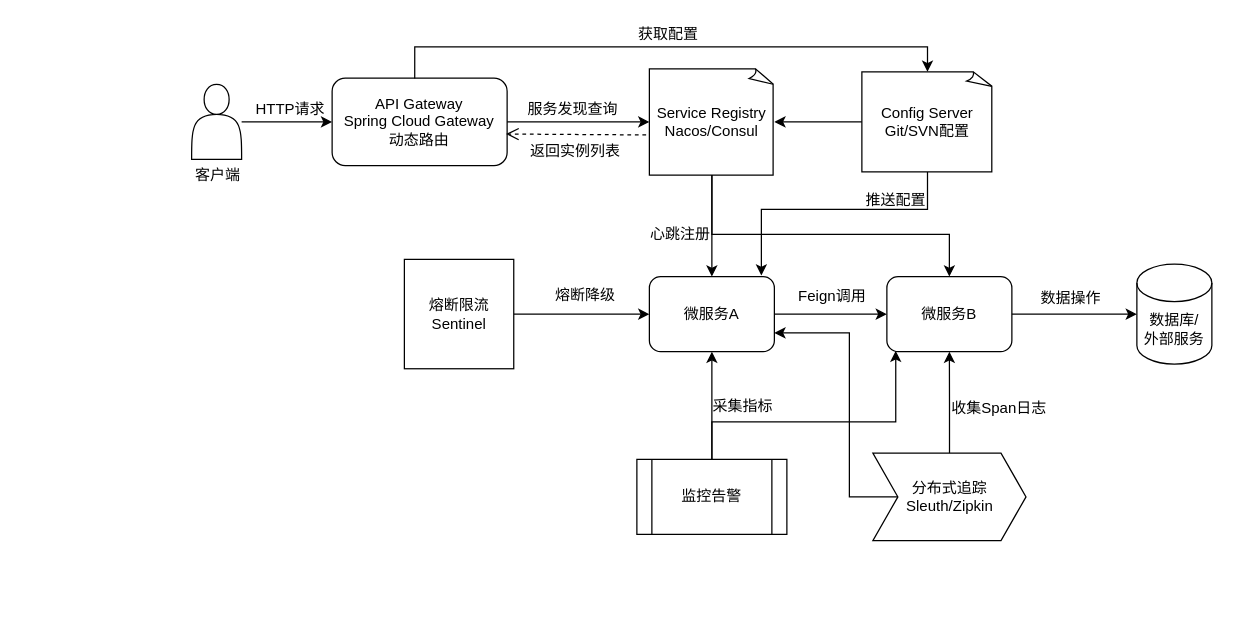
Before: achitecture_diagram/SpringCloud全链路调用架构.drawio in abigalexy/online_drawing, a draw.io diagram. Source tidied: cells renumbered, new cells numbered last; positions are measured from the earlier drawing's top-left corner, leaving out a move shared by most shapes. Both pictures are drawn from the tidied source at 125%, with x=0, y=0 at pixel (191, 21).
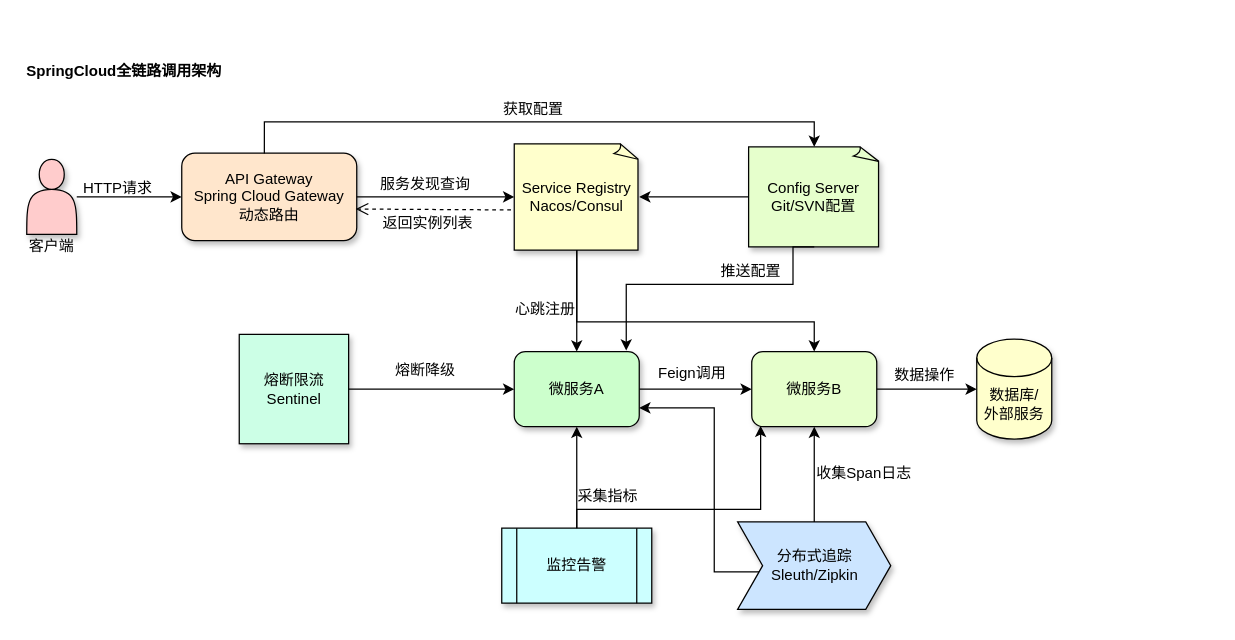
After the change.

Commit message (it also covers changes not shown here):
更新SpringCloud全链路调用架构.drawio

What changed in the source:
```diff
@@
+    <mxCell id="39" style="group;" parent="1" vertex="1">
+      <mxGeometry x="-134" y="30" width="821.9" height="440" as="geometry" />
+    </mxCell>
+    <mxCell id="40" style="group;" parent="39" vertex="1">
+      <mxGeometry y="30" width="821.9" height="410" as="geometry" />
+    </mxCell>
-    <mxCell id="2" style="edgeStyle=orthogonalEdgeStyle;rounded=0;jettySize=auto;html=1;entryX=0;entryY=0.5;entryDx=0;entryDy=0;" parent="1" edge="1" source="3" target="5">
+    <mxCell id="2" style="edgeStyle=orthogonalEdgeStyle;rounded=0;jettySize=auto;html=1;entryX=0;entryY=0.5;entryDx=0;entryDy=0;" parent="40" edge="1" source="3" target="5">
       <mxGeometry relative="1" as="geometry" />
     </mxCell>
-    <mxCell id="3" style="shape=actor;whiteSpace=wrap;html=1;" parent="1" vertex="1">
-      <mxGeometry x="-0.2" y="50" width="40" height="60" as="geometry" />
+    <mxCell id="3" style="shape=actor;whiteSpace=wrap;html=1;fillColor=#FFCCCC;shadow=1;" parent="40" vertex="1">
+      <mxGeometry x="1.9" y="50" width="40" height="60" as="geometry" />
     </mxCell>
-    <mxCell id="4" value="客户端" style="text;strokeColor=none;align=center;fillColor=none;html=1;verticalAlign=middle;whiteSpace=wrap;rounded=0;" parent="1" vertex="1">
-      <mxGeometry x="2.2" y="112.5" width="37.5" height="20" as="geometry" />
+    <mxCell id="4" value="客户端" style="text;strokeColor=none;align=center;fillColor=none;html=1;verticalAlign=middle;whiteSpace=wrap;rounded=0;" parent="40" vertex="1">
+      <mxGeometry y="110" width="43.8" height="20" as="geometry" />
     </mxCell>
-    <mxCell id="5" value="API Gateway&lt;br&gt;Spring Cloud&amp;nbsp;Gateway&lt;br&gt;动态路由" style="rounded=1;whiteSpace=wrap;html=1;" parent="1" vertex="1">
-      <mxGeometry x="112.2" y="45" width="140" height="70" as="geometry" />
+    <mxCell id="5" value="API Gateway&lt;br&gt;Spring Cloud&amp;nbsp;Gateway&lt;br&gt;动态路由" style="rounded=1;whiteSpace=wrap;html=1;fillColor=#FFE6CC;shadow=1;" parent="40" vertex="1">
+      <mxGeometry x="125.9" y="45" width="140" height="70" as="geometry" />
     </mxCell>
-    <mxCell id="6" style="edgeStyle=orthogonalEdgeStyle;rounded=0;jettySize=auto;html=1;entryX=0.5;entryY=0;entryDx=0;entryDy=0;" parent="1" edge="1" source="8" target="10">
+    <mxCell id="6" style="edgeStyle=orthogonalEdgeStyle;rounded=0;jettySize=auto;html=1;entryX=0.5;entryY=0;entryDx=0;entryDy=0;" parent="40" edge="1" source="8" target="10">
       <mxGeometry relative="1" as="geometry" />
     </mxCell>
-    <mxCell id="7" style="edgeStyle=orthogonalEdgeStyle;rounded=0;jettySize=auto;html=1;entryX=0.5;entryY=0;entryDx=0;entryDy=0;" parent="1" edge="1" source="8" target="14">
+    <mxCell id="7" style="edgeStyle=orthogonalEdgeStyle;rounded=0;jettySize=auto;html=1;entryX=0.5;entryY=0;entryDx=0;entryDy=0;" parent="40" edge="1" source="8" target="14">
       <mxGeometry relative="1" as="geometry">
         <Array as="points">
-          <mxPoint x="416" y="170" />
-          <mxPoint x="606" y="170" />
+          <mxPoint x="441.9" y="180" />
+          <mxPoint x="631.9" y="180" />
         </Array>
       </mxGeometry>
     </mxCell>
-    <mxCell id="8" value="Service Registry&lt;div&gt;Nacos/Consul&lt;br&gt;&lt;/div&gt;" style="whiteSpace=wrap;html=1;shape=mxgraph.basic.document;" parent="1" vertex="1">
-      <mxGeometry x="366" y="37.5" width="100" height="85" as="geometry" />
+    <mxCell id="8" value="Service Registry&lt;div&gt;Nacos/Consul&lt;br&gt;&lt;/div&gt;" style="whiteSpace=wrap;html=1;shape=mxgraph.basic.document;fillColor=#FFFFCC;shadow=1;" parent="40" vertex="1">
+      <mxGeometry x="391.9" y="37.5" width="100" height="85" as="geometry" />
     </mxCell>
-    <mxCell id="9" style="edgeStyle=orthogonalEdgeStyle;rounded=0;jettySize=auto;html=1;entryX=0;entryY=0.5;entryDx=0;entryDy=0;" parent="1" edge="1" source="10" target="14">
+    <mxCell id="9" style="edgeStyle=orthogonalEdgeStyle;rounded=0;jettySize=auto;html=1;entryX=0;entryY=0.5;entryDx=0;entryDy=0;" parent="40" edge="1" source="10" target="14">
       <mxGeometry relative="1" as="geometry" />
     </mxCell>
-    <mxCell id="10" value="微服务A" style="rounded=1;whiteSpace=wrap;html=1;" parent="1" vertex="1">
-      <mxGeometry x="366" y="203.8" width="100" height="60" as="geometry" />
+    <mxCell id="10" value="微服务A" style="rounded=1;whiteSpace=wrap;html=1;fillColor=#CCFFCC;shadow=1;" parent="40" vertex="1">
+      <mxGeometry x="391.9" y="203.8" width="100" height="60" as="geometry" />
     </mxCell>
-    <mxCell id="11" style="edgeStyle=orthogonalEdgeStyle;rounded=0;jettySize=auto;html=1;entryX=0;entryY=0.5;entryDx=0;entryDy=0;entryPerimeter=0;" parent="1" edge="1" source="5" target="8">
+    <mxCell id="11" style="edgeStyle=orthogonalEdgeStyle;rounded=0;jettySize=auto;html=1;entryX=0;entryY=0.5;entryDx=0;entryDy=0;entryPerimeter=0;" parent="40" edge="1" source="5" target="8">
       <mxGeometry relative="1" as="geometry" />
     </mxCell>
-    <mxCell id="12" style="edgeStyle=orthogonalEdgeStyle;rounded=0;jettySize=auto;html=1;entryX=0;entryY=0.5;entryDx=0;entryDy=0;" parent="1" edge="1" source="13" target="10">
+    <mxCell id="12" style="edgeStyle=orthogonalEdgeStyle;rounded=0;jettySize=auto;html=1;entryX=0;entryY=0.5;entryDx=0;entryDy=0;" parent="40" edge="1" source="13" target="10">
       <mxGeometry relative="1" as="geometry" />
     </mxCell>
-    <mxCell id="13" value="&lt;div&gt;&lt;span style=&quot;background-color: transparent;&quot;&gt;熔断限流&lt;br&gt;&lt;/span&gt;Sentinel&lt;br&gt;&lt;/div&gt;" style="whiteSpace=wrap;html=1;" parent="1" vertex="1">
-      <mxGeometry x="170" y="190" width="87.5" height="87.5" as="geometry" />
+    <mxCell id="13" value="&lt;div&gt;&lt;span style=&quot;background-color: transparent;&quot;&gt;熔断限流&lt;br&gt;&lt;/span&gt;Sentinel&lt;br&gt;&lt;/div&gt;" style="whiteSpace=wrap;html=1;fillColor=#CCFFE6;shadow=1;" parent="40" vertex="1">
+      <mxGeometry x="171.9" y="190" width="87.5" height="87.5" as="geometry" />
     </mxCell>
-    <mxCell id="14" value="微服务B" style="rounded=1;whiteSpace=wrap;html=1;" parent="1" vertex="1">
-      <mxGeometry x="556" y="203.8" width="100" height="60" as="geometry" />
+    <mxCell id="14" value="微服务B" style="rounded=1;whiteSpace=wrap;html=1;fillColor=#E6FFCC;shadow=1;" parent="40" vertex="1">
+      <mxGeometry x="581.9" y="203.8" width="100" height="60" as="geometry" />
     </mxCell>
-    <mxCell id="15" value="熔断降级" style="text;strokeColor=none;align=center;fillColor=none;html=1;verticalAlign=middle;whiteSpace=wrap;rounded=0;" parent="1" vertex="1">
-      <mxGeometry x="289.8" y="207.5" width="50" height="22.5" as="geometry" />
+    <mxCell id="15" value="熔断降级" style="text;strokeColor=none;align=center;fillColor=none;html=1;verticalAlign=middle;whiteSpace=wrap;rounded=0;" parent="40" vertex="1">
+      <mxGeometry x="295.6" y="207.5" width="50" height="22.5" as="geometry" />
     </mxCell>
-    <mxCell id="16" style="edgeStyle=orthogonalEdgeStyle;rounded=0;jettySize=auto;html=1;entryX=0.5;entryY=1;entryDx=0;entryDy=0;" parent="1" edge="1" source="18" target="14">
+    <mxCell id="16" style="edgeStyle=orthogonalEdgeStyle;rounded=0;jettySize=auto;html=1;entryX=0.5;entryY=1;entryDx=0;entryDy=0;" parent="40" edge="1" source="18" target="14">
       <mxGeometry relative="1" as="geometry" />
     </mxCell>
-    <mxCell id="17" style="edgeStyle=orthogonalEdgeStyle;rounded=0;jettySize=auto;html=1;entryX=1;entryY=0.75;entryDx=0;entryDy=0;" parent="1" edge="1" source="18" target="10">
+    <mxCell id="17" style="edgeStyle=orthogonalEdgeStyle;rounded=0;jettySize=auto;html=1;entryX=1;entryY=0.75;entryDx=0;entryDy=0;" parent="40" edge="1" source="18" target="10">
       <mxGeometry relative="1" as="geometry">
         <Array as="points">
-          <mxPoint x="526" y="380" />
-          <mxPoint x="526" y="249" />
+          <mxPoint x="551.9" y="380" />
+          <mxPoint x="551.9" y="249" />
         </Array>
       </mxGeometry>
     </mxCell>
-    <mxCell id="18" value="分布式追踪&lt;br&gt;Sleuth/Zipkin" style="shape=step;perimeter=stepPerimeter;whiteSpace=wrap;html=1;fixedSize=1;direction=east;" parent="1" vertex="1">
-      <mxGeometry x="544.8" y="345" width="122.5" height="70" as="geometry" />
+    <mxCell id="18" value="分布式追踪&lt;br&gt;Sleuth/Zipkin" style="shape=step;perimeter=stepPerimeter;whiteSpace=wrap;html=1;fixedSize=1;direction=east;fillColor=#CCE5FF;shadow=1;" parent="40" vertex="1">
+      <mxGeometry x="570.6" y="340" width="122.5" height="70" as="geometry" />
     </mxCell>
-    <mxCell id="19" value="Config Server&lt;br&gt;Git/SVN&lt;span style=&quot;background-color: transparent;&quot;&gt;配置&lt;/span&gt;" style="whiteSpace=wrap;html=1;shape=mxgraph.basic.document;" parent="1" vertex="1">
-      <mxGeometry x="536" y="40" width="105" height="80" as="geometry" />
+    <mxCell id="19" value="Config Server&lt;br&gt;Git/SVN&lt;span style=&quot;background-color: transparent;&quot;&gt;配置&lt;/span&gt;" style="whiteSpace=wrap;html=1;shape=mxgraph.basic.document;fillColor=#E6FFCC;shadow=1;" parent="40" vertex="1">
+      <mxGeometry x="579.4" y="40" width="105" height="80" as="geometry" />
     </mxCell>
-    <mxCell id="20" style="edgeStyle=orthogonalEdgeStyle;rounded=0;jettySize=auto;html=1;entryX=1;entryY=0.5;entryDx=0;entryDy=0;entryPerimeter=0;" parent="1" edge="1" source="19" target="8">
+    <mxCell id="20" style="edgeStyle=orthogonalEdgeStyle;rounded=0;jettySize=auto;html=1;entryX=1;entryY=0.5;entryDx=0;entryDy=0;entryPerimeter=0;" parent="40" edge="1" source="19" target="8">
       <mxGeometry relative="1" as="geometry" />
     </mxCell>
-    <mxCell id="21" value="推送配置" style="text;strokeColor=none;align=center;fillColor=none;html=1;verticalAlign=middle;whiteSpace=wrap;rounded=0;" parent="1" vertex="1">
-      <mxGeometry x="536" y="132.5" width="55" height="20" as="geometry" />
+    <mxCell id="21" value="推送配置" style="text;strokeColor=none;align=center;fillColor=none;html=1;verticalAlign=middle;whiteSpace=wrap;rounded=0;" parent="40" vertex="1">
+      <mxGeometry x="553.9" y="130" width="55" height="20" as="geometry" />
     </mxCell>
-    <mxCell id="22" value="收集Span日志" style="text;strokeColor=none;align=center;fillColor=none;html=1;verticalAlign=middle;whiteSpace=wrap;rounded=0;" parent="1" vertex="1">
-      <mxGeometry x="606" y="300" width="80" height="17.5" as="geometry" />
+    <mxCell id="22" value="收集Span日志" style="text;strokeColor=none;align=center;fillColor=none;html=1;verticalAlign=middle;whiteSpace=wrap;rounded=0;" parent="40" vertex="1">
+      <mxGeometry x="631.9" y="292.5" width="80" height="17.5" as="geometry" />
     </mxCell>
-    <mxCell id="23" value="数据库/&lt;br&gt;外部服务" style="shape=cylinder3;whiteSpace=wrap;html=1;boundedLbl=1;backgroundOutline=1;size=15;" parent="1" vertex="1">
-      <mxGeometry x="756" y="193.8" width="60" height="80" as="geometry" />
+    <mxCell id="23" value="数据库/&lt;br&gt;外部服务" style="shape=cylinder3;whiteSpace=wrap;html=1;boundedLbl=1;backgroundOutline=1;size=15;fillColor=#FFFFCC;shadow=1;" parent="40" vertex="1">
+      <mxGeometry x="761.9" y="193.8" width="60" height="80" as="geometry" />
     </mxCell>
-    <mxCell id="24" style="edgeStyle=orthogonalEdgeStyle;rounded=0;jettySize=auto;html=1;entryX=0;entryY=0.5;entryDx=0;entryDy=0;entryPerimeter=0;" parent="1" edge="1" source="14" target="23">
+    <mxCell id="24" style="edgeStyle=orthogonalEdgeStyle;rounded=0;jettySize=auto;html=1;entryX=0;entryY=0.5;entryDx=0;entryDy=0;entryPerimeter=0;" parent="40" edge="1" source="14" target="23">
       <mxGeometry relative="1" as="geometry" />
     </mxCell>
-    <mxCell id="25" style="edgeStyle=orthogonalEdgeStyle;rounded=0;jettySize=auto;html=1;entryX=0.5;entryY=1;entryDx=0;entryDy=0;" parent="1" edge="1" source="26" target="10">
+    <mxCell id="25" style="edgeStyle=orthogonalEdgeStyle;rounded=0;jettySize=auto;html=1;entryX=0.5;entryY=1;entryDx=0;entryDy=0;" parent="40" edge="1" source="26" target="10">
       <mxGeometry relative="1" as="geometry" />
     </mxCell>
-    <mxCell id="26" value="监控告警" style="shape=process;whiteSpace=wrap;html=1;backgroundOutline=1;" parent="1" vertex="1">
-      <mxGeometry x="356" y="350" width="120" height="60" as="geometry" />
+    <mxCell id="26" value="监控告警" style="shape=process;whiteSpace=wrap;html=1;backgroundOutline=1;fillColor=#CCFFFF;shadow=1;" parent="40" vertex="1">
+      <mxGeometry x="381.9" y="345" width="120" height="60" as="geometry" />
     </mxCell>
-    <mxCell id="27" value="采集指标" style="text;strokeColor=none;align=center;fillColor=none;html=1;verticalAlign=middle;whiteSpace=wrap;rounded=0;" parent="1" vertex="1">
-      <mxGeometry x="416" y="297.5" width="50" height="20" as="geometry" />
+    <mxCell id="27" value="采集指标" style="text;strokeColor=none;align=center;fillColor=none;html=1;verticalAlign=middle;whiteSpace=wrap;rounded=0;" parent="40" vertex="1">
+      <mxGeometry x="441.9" y="310" width="50" height="20" as="geometry" />
     </mxCell>
-    <mxCell id="28" value="HTTP请求" style="text;strokeColor=none;align=center;fillColor=none;html=1;verticalAlign=middle;whiteSpace=wrap;rounded=0;" parent="1" vertex="1">
-      <mxGeometry x="46" y="62.5" width="66.2" height="15" as="geometry" />
+    <mxCell id="28" value="HTTP请求" style="text;strokeColor=none;align=center;fillColor=none;html=1;verticalAlign=middle;whiteSpace=wrap;rounded=0;" parent="40" vertex="1">
+      <mxGeometry x="41.9" y="65" width="66.2" height="15" as="geometry" />
     </mxCell>
-    <mxCell id="29" value="服务发现查询" style="text;strokeColor=none;align=center;fillColor=none;html=1;verticalAlign=middle;whiteSpace=wrap;rounded=0;" parent="1" vertex="1">
-      <mxGeometry x="266" y="60" width="77.5" height="20" as="geometry" />
+    <mxCell id="29" value="服务发现查询" style="text;strokeColor=none;align=center;fillColor=none;html=1;verticalAlign=middle;whiteSpace=wrap;rounded=0;" parent="40" vertex="1">
+      <mxGeometry x="281.9" y="60" width="77.5" height="20" as="geometry" />
     </mxCell>
-    <mxCell id="30" style="edgeStyle=orthogonalEdgeStyle;rounded=0;jettySize=auto;html=1;entryX=0.5;entryY=0;entryDx=0;entryDy=0;entryPerimeter=0;exitX=0.472;exitY=0.004;exitDx=0;exitDy=0;exitPerimeter=0;" parent="1" edge="1" source="5" target="19">
+    <mxCell id="30" style="edgeStyle=orthogonalEdgeStyle;rounded=0;jettySize=auto;html=1;entryX=0.5;entryY=0;entryDx=0;entryDy=0;entryPerimeter=0;exitX=0.472;exitY=0.004;exitDx=0;exitDy=0;exitPerimeter=0;" parent="40" edge="1" source="5" target="19">
       <mxGeometry relative="1" as="geometry" />
     </mxCell>
-    <mxCell id="31" value="获取配置" style="text;strokeColor=none;align=center;fillColor=none;html=1;verticalAlign=middle;whiteSpace=wrap;rounded=0;" parent="1" vertex="1">
-      <mxGeometry x="356" width="51.2" height="20" as="geometry" />
+    <mxCell id="31" value="获取配置" style="text;strokeColor=none;align=center;fillColor=none;html=1;verticalAlign=middle;whiteSpace=wrap;rounded=0;" parent="40" vertex="1">
+      <mxGeometry x="381.9" width="51.2" height="20" as="geometry" />
     </mxCell>
-    <mxCell id="32" value="Feign调用" style="text;strokeColor=none;align=center;fillColor=none;html=1;verticalAlign=middle;whiteSpace=wrap;rounded=0;" parent="1" vertex="1">
-      <mxGeometry x="479.8" y="210" width="65" height="20" as="geometry" />
+    <mxCell id="32" value="Feign调用" style="text;strokeColor=none;align=center;fillColor=none;html=1;verticalAlign=middle;whiteSpace=wrap;rounded=0;" parent="40" vertex="1">
+      <mxGeometry x="501.9" y="211.2" width="65" height="20" as="geometry" />
     </mxCell>
-    <mxCell id="33" value="数据操作" style="text;strokeColor=none;align=center;fillColor=none;html=1;verticalAlign=middle;whiteSpace=wrap;rounded=0;" parent="1" vertex="1">
-      <mxGeometry x="676" y="212.5" width="55" height="17.5" as="geometry" />
+    <mxCell id="33" value="数据操作" style="text;strokeColor=none;align=center;fillColor=none;html=1;verticalAlign=middle;whiteSpace=wrap;rounded=0;" parent="40" vertex="1">
+      <mxGeometry x="693.1" y="213.8" width="55" height="17.5" as="geometry" />
     </mxCell>
-    <mxCell id="34" style="html=1;verticalAlign=bottom;endArrow=open;dashed=1;endSize=8;curved=0;rounded=0;exitX=-0.026;exitY=0.623;exitDx=0;exitDy=0;exitPerimeter=0;entryX=0.994;entryY=0.639;entryDx=0;entryDy=0;entryPerimeter=0;" parent="1" edge="1" source="8" target="5">
+    <mxCell id="34" style="html=1;verticalAlign=bottom;endArrow=open;dashed=1;endSize=8;curved=0;rounded=0;exitX=-0.026;exitY=0.623;exitDx=0;exitDy=0;exitPerimeter=0;entryX=0.994;entryY=0.639;entryDx=0;entryDy=0;entryPerimeter=0;" parent="40" edge="1" source="8" target="5">
       <mxGeometry relative="1" as="geometry" />
     </mxCell>
-    <mxCell id="35" value="返回实例列表" style="text;strokeColor=none;align=center;fillColor=none;html=1;verticalAlign=middle;whiteSpace=wrap;rounded=0;" parent="1" vertex="1">
-      <mxGeometry x="269.8" y="95" width="73.8" height="17.5" as="geometry" />
+    <mxCell id="35" value="返回实例列表" style="text;strokeColor=none;align=center;fillColor=none;html=1;verticalAlign=middle;whiteSpace=wrap;rounded=0;" parent="40" vertex="1">
+      <mxGeometry x="285.6" y="92.5" width="73.8" height="17.5" as="geometry" />
     </mxCell>
-    <mxCell id="36" value="心跳注册" style="text;strokeColor=none;align=center;fillColor=none;html=1;verticalAlign=middle;whiteSpace=wrap;rounded=0;" parent="1" vertex="1">
-      <mxGeometry x="366" y="160" width="50" height="20" as="geometry" />
+    <mxCell id="36" value="心跳注册" style="text;strokeColor=none;align=center;fillColor=none;html=1;verticalAlign=middle;whiteSpace=wrap;rounded=0;" parent="40" vertex="1">
+      <mxGeometry x="391.9" y="160" width="50" height="20" as="geometry" />
     </mxCell>
-    <mxCell id="37" style="edgeStyle=orthogonalEdgeStyle;rounded=0;jettySize=auto;html=1;entryX=0.071;entryY=0.989;entryDx=0;entryDy=0;entryPerimeter=0;exitX=0.5;exitY=0;exitDx=0;exitDy=0;" parent="1" edge="1" source="26" target="14">
+    <mxCell id="37" style="edgeStyle=orthogonalEdgeStyle;rounded=0;jettySize=auto;html=1;entryX=0.071;entryY=0.989;entryDx=0;entryDy=0;entryPerimeter=0;exitX=0.5;exitY=0;exitDx=0;exitDy=0;" parent="40" edge="1" source="26" target="14">
       <mxGeometry relative="1" as="geometry">
         <Array as="points">
-          <mxPoint x="416" y="320" />
-          <mxPoint x="563" y="320" />
+          <mxPoint x="441.9" y="330" />
+          <mxPoint x="588.9" y="330" />
         </Array>
       </mxGeometry>
     </mxCell>
-    <mxCell id="38" style="edgeStyle=orthogonalEdgeStyle;rounded=0;jettySize=auto;html=1;entryX=0.896;entryY=-0.015;entryDx=0;entryDy=0;entryPerimeter=0;exitX=0.5;exitY=1;exitDx=0;exitDy=0;exitPerimeter=0;" parent="1" edge="1" source="19" target="10">
+    <mxCell id="38" style="edgeStyle=orthogonalEdgeStyle;rounded=0;jettySize=auto;html=1;entryX=0.896;entryY=-0.015;entryDx=0;entryDy=0;entryPerimeter=0;exitX=0.5;exitY=1;exitDx=0;exitDy=0;exitPerimeter=0;" parent="40" edge="1" source="19" target="10">
       <mxGeometry relative="1" as="geometry">
         <Array as="points">
-          <mxPoint x="589" y="150" />
-          <mxPoint x="456" y="150" />
+          <mxPoint x="614.9" y="150" />
+          <mxPoint x="481.9" y="150" />
         </Array>
       </mxGeometry>
     </mxCell>
+    <mxCell id="41" value="&lt;b&gt;SpringCloud全链路调用架构&lt;/b&gt;" style="text;strokeColor=none;align=center;fillColor=none;html=1;verticalAlign=middle;whiteSpace=wrap;rounded=0;" parent="39" vertex="1">
+      <mxGeometry width="160" height="20" as="geometry" />
+    </mxCell>
```
